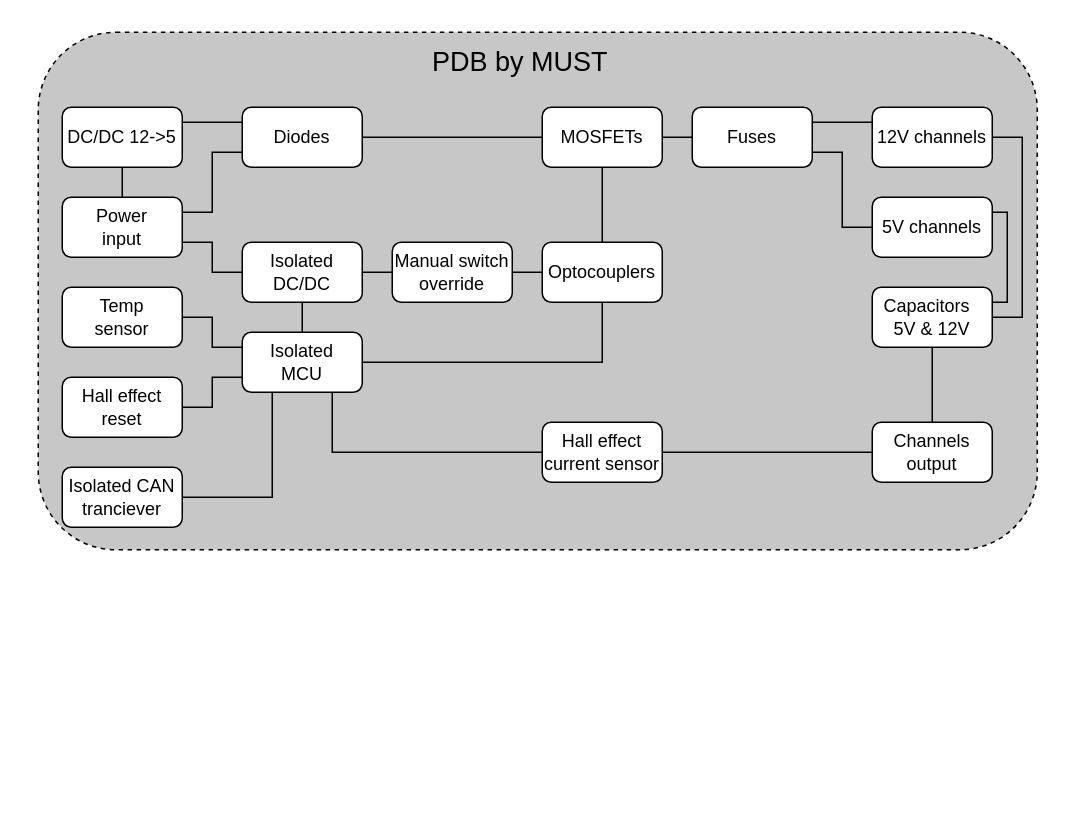
Mojitas/MUST-Autonics keeps this draw.io diagram as Block diagrams/PDB.drawio. Above is the earlier version. Source tidied: cells renumbered, new cells numbered last; positions are measured from the earlier drawing's top-left corner, leaving out a move shared by most shapes. Both pictures are drawn from the tidied source at 150%, with x=0, y=0 at pixel (38, 32).
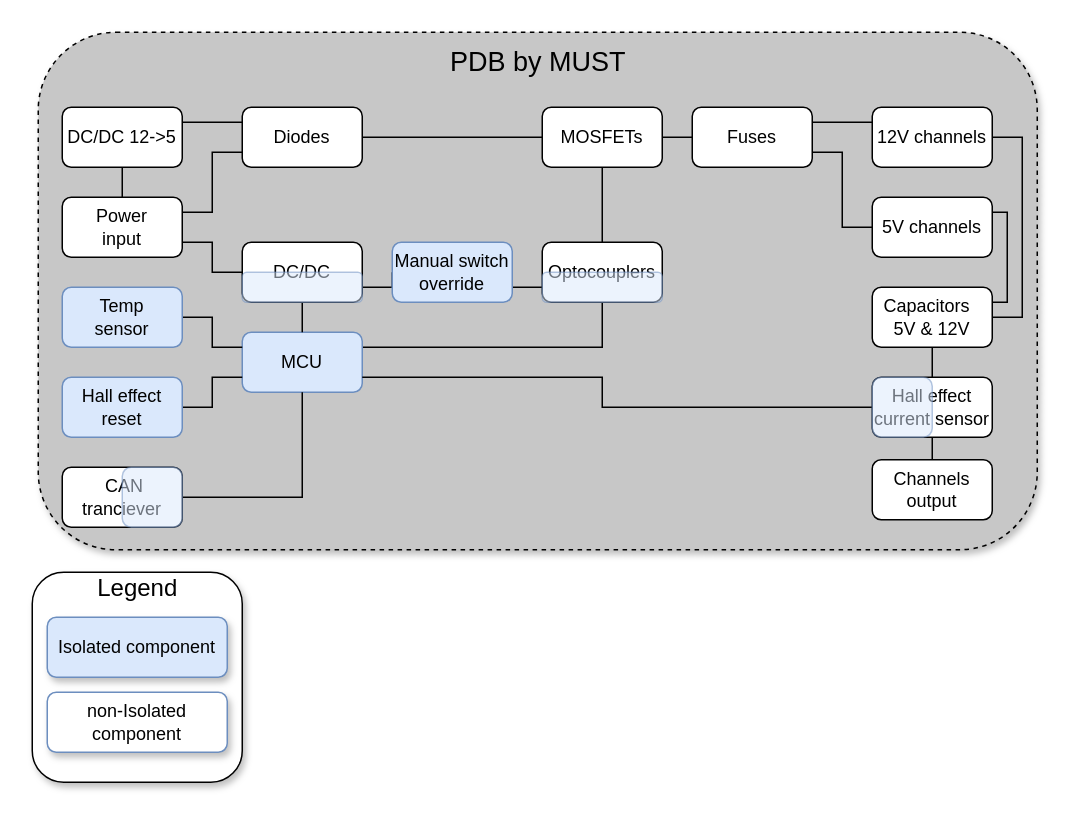
Above is the later version.

Unchanged cells that the change refers to:
```xml
<mxCell id="16" value="Optocouplers" style="rounded=1;whiteSpace=wrap;html=1;" parent="1" vertex="1">
  <mxGeometry x="336" y="140" width="80" height="40" as="geometry" />
</mxCell>
<mxCell id="36" value="&lt;div&gt;Capacitors&amp;nbsp;&amp;nbsp; 5V &amp;amp; 12V&lt;br&gt;&lt;/div&gt;" style="rounded=1;whiteSpace=wrap;html=1;" parent="1" vertex="1">
  <mxGeometry x="556" y="170" width="80" height="40" as="geometry" />
</mxCell>
```

What changed in the source:
```diff
@@
-    <mxCell id="2" style="rounded=1;whiteSpace=wrap;html=1;dashed=1;fillColor=#C7C7C7;" parent="1" vertex="1">
+    <mxCell id="2" style="rounded=1;whiteSpace=wrap;html=1;dashed=1;fillColor=#C7C7C7;shadow=1;" parent="1" vertex="1">
       <mxGeometry width="666" height="345" as="geometry" />
     </mxCell>
-    <mxCell id="3" style="edgeStyle=orthogonalEdgeStyle;rounded=0;jettySize=auto;html=1;exitX=1;exitY=0.5;exitDx=0;exitDy=0;entryX=0.5;entryY=1;entryDx=0;entryDy=0;endArrow=none;endFill=0;" parent="1" edge="1" source="4" target="16">
+    <mxCell id="3" style="edgeStyle=orthogonalEdgeStyle;rounded=0;jettySize=auto;html=1;exitX=1;exitY=0.25;exitDx=0;exitDy=0;entryX=0.5;entryY=1;entryDx=0;entryDy=0;endArrow=none;endFill=0;" parent="1" edge="1" source="4" target="44">
       <mxGeometry relative="1" as="geometry" />
     </mxCell>
-    <mxCell id="4" value="&lt;div&gt;Isolated&lt;/div&gt;&lt;div&gt;MCU&lt;/div&gt;" style="rounded=1;whiteSpace=wrap;html=1;" parent="1" vertex="1">
+    <mxCell id="4" value="&lt;div&gt;MCU&lt;/div&gt;" style="rounded=1;whiteSpace=wrap;html=1;fillColor=#dae8fc;strokeColor=#6c8ebf;" parent="1" vertex="1">
       <mxGeometry x="136" y="200" width="80" height="40" as="geometry" />
     </mxCell>
@@
+    <mxCell id="9" style="edgeStyle=orthogonalEdgeStyle;rounded=0;jettySize=auto;html=1;exitX=0;exitY=0.5;exitDx=0;exitDy=0;entryX=1;entryY=0.75;entryDx=0;entryDy=0;endArrow=none;endFill=0;" parent="1" edge="1" source="10" target="4">
+      <mxGeometry relative="1" as="geometry">
+        <Array as="points">
+          <mxPoint x="376" y="250" />
+          <mxPoint x="376" y="230" />
+        </Array>
+      </mxGeometry>
+    </mxCell>
-    <mxCell id="8" style="edgeStyle=orthogonalEdgeStyle;rounded=0;jettySize=auto;html=1;exitX=1;exitY=0.5;exitDx=0;exitDy=0;entryX=0;entryY=0.5;entryDx=0;entryDy=0;endArrow=none;endFill=0;" parent="1" edge="1" source="10" target="32">
-      <mxGeometry relative="1" as="geometry" />
+    <mxCell id="8" style="edgeStyle=orthogonalEdgeStyle;rounded=0;jettySize=auto;html=1;exitX=0.5;exitY=1;exitDx=0;exitDy=0;endArrow=none;endFill=0;entryX=0.5;entryY=0;entryDx=0;entryDy=0;" parent="1" edge="1" source="10" target="32">
+      <mxGeometry relative="1" as="geometry">
+        <Array as="points">
+          <mxPoint x="596" y="280" />
+          <mxPoint x="596" y="280" />
+        </Array>
+      </mxGeometry>
     </mxCell>
-    <mxCell id="9" style="edgeStyle=orthogonalEdgeStyle;rounded=0;jettySize=auto;html=1;exitX=0;exitY=0.5;exitDx=0;exitDy=0;entryX=0.75;entryY=1;entryDx=0;entryDy=0;endArrow=none;endFill=0;" parent="1" edge="1" source="10" target="4">
-      <mxGeometry relative="1" as="geometry" />
-    </mxCell>
     <mxCell id="10" value="&lt;div&gt;Hall effect&lt;/div&gt;&lt;div&gt;current sensor&lt;/div&gt;" style="rounded=1;whiteSpace=wrap;html=1;" parent="1" vertex="1">
-      <mxGeometry x="336" y="260" width="80" height="40" as="geometry" />
+      <mxGeometry x="556" y="230" width="80" height="40" as="geometry" />
     </mxCell>
@@
-    <mxCell id="18" value="&lt;div&gt;Temp&lt;/div&gt;&lt;div&gt;sensor&lt;br&gt;&lt;/div&gt;" style="rounded=1;whiteSpace=wrap;html=1;" parent="1" vertex="1">
+    <mxCell id="18" value="&lt;div&gt;Temp&lt;/div&gt;&lt;div&gt;sensor&lt;br&gt;&lt;/div&gt;" style="rounded=1;whiteSpace=wrap;html=1;fillColor=#dae8fc;strokeColor=#6c8ebf;" parent="1" vertex="1">
       <mxGeometry x="16" y="170" width="80" height="40" as="geometry" />
     </mxCell>
@@
     <mxCell id="20" style="edgeStyle=orthogonalEdgeStyle;rounded=0;jettySize=auto;html=1;exitX=1;exitY=0.5;exitDx=0;exitDy=0;entryX=0;entryY=0.5;entryDx=0;entryDy=0;endArrow=none;endFill=0;" parent="1" edge="1" source="21" target="31">
-      <mxGeometry relative="1" as="geometry" />
+      <mxGeometry relative="1" as="geometry">
+        <Array as="points">
+          <mxPoint x="216" y="170" />
+          <mxPoint x="236" y="170" />
+        </Array>
+      </mxGeometry>
     </mxCell>
-    <mxCell id="21" value="&lt;div&gt;Isolated&lt;/div&gt;&lt;div&gt;DC/DC&lt;br&gt;&lt;/div&gt;" style="rounded=1;whiteSpace=wrap;html=1;" parent="1" vertex="1">
+    <mxCell id="21" value="&lt;div&gt;DC/DC&lt;br&gt;&lt;/div&gt;" style="rounded=1;whiteSpace=wrap;html=1;" parent="1" vertex="1">
       <mxGeometry x="136" y="140" width="80" height="40" as="geometry" />
     </mxCell>
@@
-    <mxCell id="30" style="edgeStyle=orthogonalEdgeStyle;rounded=0;jettySize=auto;html=1;exitX=1;exitY=0.5;exitDx=0;exitDy=0;entryX=0;entryY=0.5;entryDx=0;entryDy=0;endArrow=none;endFill=0;" parent="1" edge="1" source="31" target="16">
+    <mxCell id="30" style="edgeStyle=orthogonalEdgeStyle;rounded=0;jettySize=auto;html=1;exitX=1;exitY=0.75;exitDx=0;exitDy=0;entryX=0;entryY=0.5;entryDx=0;entryDy=0;endArrow=none;endFill=0;" parent="1" edge="1" source="31" target="44">
       <mxGeometry relative="1" as="geometry">
         <Array as="points">
-          <mxPoint x="326" y="160" />
-          <mxPoint x="326" y="160" />
+          <mxPoint x="326" y="170" />
+          <mxPoint x="326" y="170" />
         </Array>
       </mxGeometry>
     </mxCell>
-    <mxCell id="31" value="&lt;div&gt;Manual switch override&lt;/div&gt;" style="rounded=1;whiteSpace=wrap;html=1;" parent="1" vertex="1">
+    <mxCell id="31" value="&lt;div&gt;Manual switch override&lt;/div&gt;" style="rounded=1;whiteSpace=wrap;html=1;fillColor=#dae8fc;strokeColor=#6c8ebf;" parent="1" vertex="1">
       <mxGeometry x="236" y="140" width="80" height="40" as="geometry" />
     </mxCell>
     <mxCell id="32" value="&lt;div&gt;Channels&lt;/div&gt;&lt;div&gt;output&lt;/div&gt;" style="rounded=1;whiteSpace=wrap;html=1;" parent="1" vertex="1">
-      <mxGeometry x="556" y="260" width="80" height="40" as="geometry" />
+      <mxGeometry x="556" y="285" width="80" height="40" as="geometry" />
     </mxCell>
-    <mxCell id="33" style="edgeStyle=orthogonalEdgeStyle;rounded=0;jettySize=auto;html=1;exitX=1;exitY=0.5;exitDx=0;exitDy=0;entryX=0.25;entryY=1;entryDx=0;entryDy=0;endArrow=none;endFill=0;" parent="1" edge="1" source="34" target="4">
+    <mxCell id="33" style="edgeStyle=orthogonalEdgeStyle;rounded=0;jettySize=auto;html=1;exitX=1;exitY=0.5;exitDx=0;exitDy=0;entryX=0.5;entryY=1;entryDx=0;entryDy=0;endArrow=none;endFill=0;" parent="1" edge="1" source="34" target="4">
       <mxGeometry relative="1" as="geometry" />
     </mxCell>
-    <mxCell id="34" value="&lt;div&gt;Isolated CAN tranciever&lt;br&gt;&lt;/div&gt;" style="rounded=1;whiteSpace=wrap;html=1;" parent="1" vertex="1">
+    <mxCell id="34" value="&lt;div&gt;&amp;nbsp;CAN tranciever&lt;br&gt;&lt;/div&gt;" style="rounded=1;whiteSpace=wrap;html=1;" parent="1" vertex="1">
       <mxGeometry x="16" y="290" width="80" height="40" as="geometry" />
     </mxCell>
-    <mxCell id="35" style="edgeStyle=orthogonalEdgeStyle;rounded=0;jettySize=auto;html=1;exitX=0.5;exitY=1;exitDx=0;exitDy=0;entryX=0.5;entryY=0;entryDx=0;entryDy=0;endArrow=none;endFill=0;" parent="1" edge="1" source="36" target="32">
-      <mxGeometry relative="1" as="geometry">
-        <Array as="points">
-          <mxPoint x="596" y="230" />
-          <mxPoint x="596" y="230" />
-        </Array>
-      </mxGeometry>
-    </mxCell>
+    <mxCell id="42" style="edgeStyle=orthogonalEdgeStyle;rounded=0;jettySize=auto;html=1;exitX=0.5;exitY=1;exitDx=0;exitDy=0;entryX=0.5;entryY=0;entryDx=0;entryDy=0;endArrow=none;endFill=0;" parent="1" edge="1" source="36" target="10">
+      <mxGeometry relative="1" as="geometry" />
+    </mxCell>
@@
     <mxCell id="37" value="&lt;font style=&quot;font-size: 18px&quot;&gt;PDB by MUST&lt;/font&gt;" style="text;html=1;align=center;verticalAlign=middle;" parent="1" vertex="1">
-      <mxGeometry x="256" y="10" width="130" height="20" as="geometry" />
+      <mxGeometry x="268" y="10" width="130" height="20" as="geometry" />
     </mxCell>
@@
-    <mxCell id="39" value="Hall effect reset" style="rounded=1;whiteSpace=wrap;html=1;" parent="1" vertex="1">
+    <mxCell id="39" value="Hall effect reset" style="rounded=1;whiteSpace=wrap;html=1;fillColor=#dae8fc;strokeColor=#6c8ebf;" parent="1" vertex="1">
       <mxGeometry x="16" y="230" width="80" height="40" as="geometry" />
     </mxCell>
@@
+    <mxCell id="43" style="rounded=1;whiteSpace=wrap;html=1;fillColor=#dae8fc;strokeColor=#6c8ebf;opacity=50;" parent="1" vertex="1">
+      <mxGeometry x="56" y="290" width="40" height="40" as="geometry" />
+    </mxCell>
+    <mxCell id="44" style="rounded=1;whiteSpace=wrap;html=1;fillColor=#dae8fc;strokeColor=#6c8ebf;glass=0;shadow=0;opacity=50;" parent="1" vertex="1">
+      <mxGeometry x="336" y="160" width="80" height="20" as="geometry" />
+    </mxCell>
+    <mxCell id="45" style="rounded=1;whiteSpace=wrap;html=1;fillColor=#dae8fc;strokeColor=#6c8ebf;opacity=50;" parent="1" vertex="1">
+      <mxGeometry x="556" y="230" width="40" height="40" as="geometry" />
+    </mxCell>
+    <mxCell id="46" style="rounded=1;whiteSpace=wrap;html=1;fillColor=#dae8fc;strokeColor=#6c8ebf;glass=0;shadow=0;opacity=50;" parent="1" vertex="1">
+      <mxGeometry x="136" y="160" width="80" height="20" as="geometry" />
+    </mxCell>
+    <mxCell id="47" style="group;" parent="1" vertex="1">
+      <mxGeometry x="-4" y="360" width="140" height="140" as="geometry" />
+    </mxCell>
+    <mxCell id="48" style="rounded=1;whiteSpace=wrap;html=1;shadow=1;glass=0;fillColor=#FFFFFF;" parent="47" vertex="1">
+      <mxGeometry width="140" height="140" as="geometry" />
+    </mxCell>
+    <mxCell id="49" value="Isolated component" style="rounded=1;whiteSpace=wrap;html=1;shadow=1;glass=0;fillColor=#dae8fc;strokeColor=#6c8ebf;" parent="47" vertex="1">
+      <mxGeometry x="10" y="30" width="120" height="40" as="geometry" />
+    </mxCell>
+    <mxCell id="50" value="&lt;font style=&quot;font-size: 16px&quot;&gt;Legend&lt;/font&gt;" style="text;html=1;align=center;verticalAlign=middle;" parent="47" vertex="1">
+      <mxGeometry x="35" width="70" height="20" as="geometry" />
+    </mxCell>
+    <mxCell id="51" value="non-Isolated component" style="rounded=1;whiteSpace=wrap;html=1;shadow=1;glass=0;strokeColor=#6c8ebf;fillColor=#FFFFFF;" parent="47" vertex="1">
+      <mxGeometry x="10" y="80" width="120" height="40" as="geometry" />
+    </mxCell>
```
